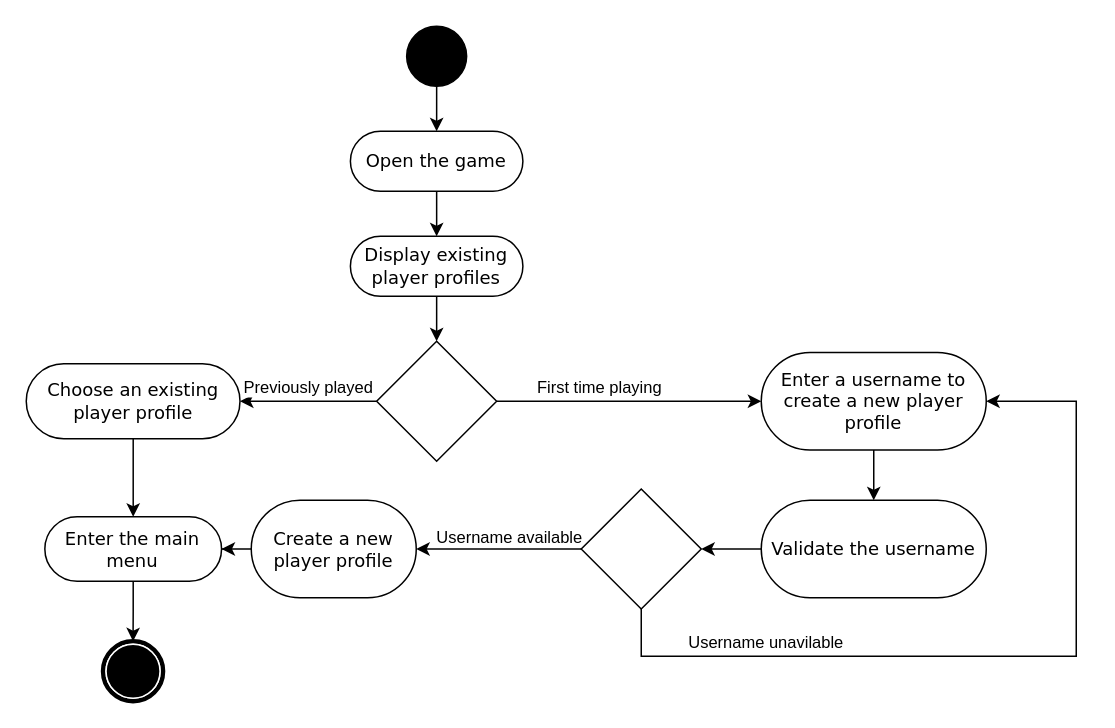
Above: choose player's profile.drawio in maxinimize/uml (draw.io), before the change. Source tidied: cells renumbered, new cells numbered last; positions are measured from the earlier drawing's top-left corner, leaving out a move shared by most shapes. Both pictures are drawn from the tidied source at 150%, with x=0, y=0 at pixel (26, 26).
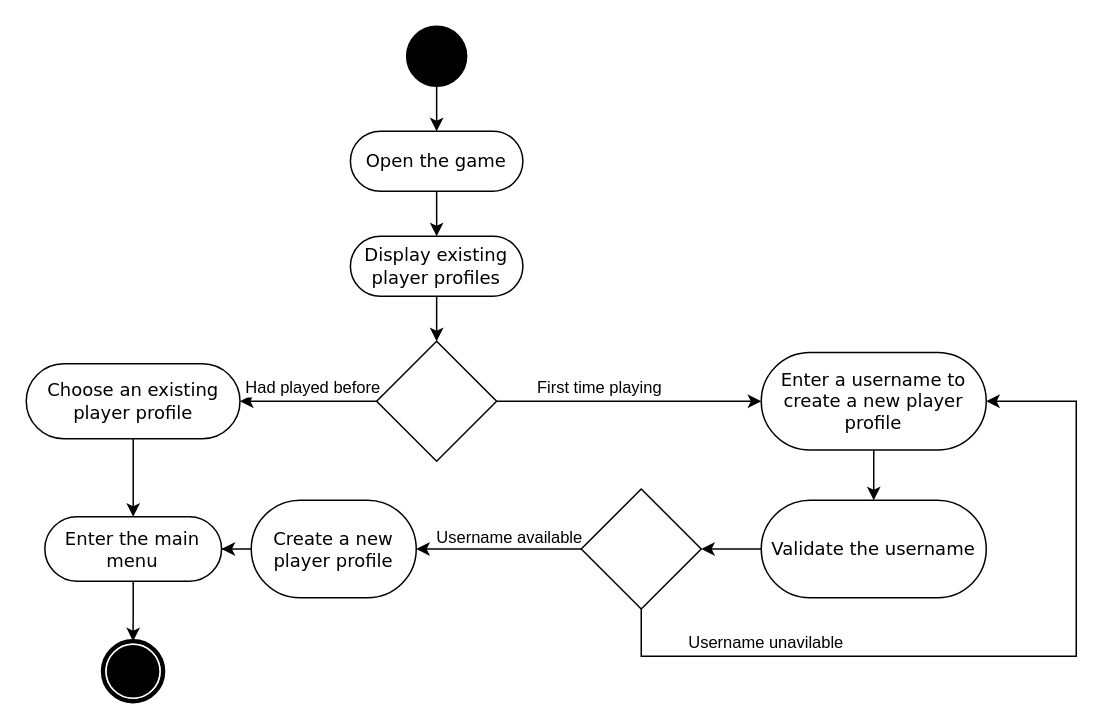
The same page after the edit.

Unchanged cells that the change refers to:
```xml
<mxCell id="13" style="edgeStyle=orthogonalEdgeStyle;rounded=0;jettySize=auto;html=1;" parent="1" edge="1" source="17" target="3">
  <mxGeometry relative="1" as="geometry" />
</mxCell>
```

Change to the diagram source:
```diff
@@
-    <mxCell id="14" value="Previously played" style="edgeLabel;html=1;align=center;verticalAlign=middle;" parent="13" vertex="1">
+    <mxCell id="14" value="Had played before" style="edgeLabel;html=1;align=center;verticalAlign=middle;" parent="13" vertex="1">
       <mxGeometry x="0.02" y="5" relative="1" as="geometry">
-        <mxPoint y="-15" as="offset" />
+        <mxPoint x="3" y="-15" as="offset" />
       </mxGeometry>
     </mxCell>
```
